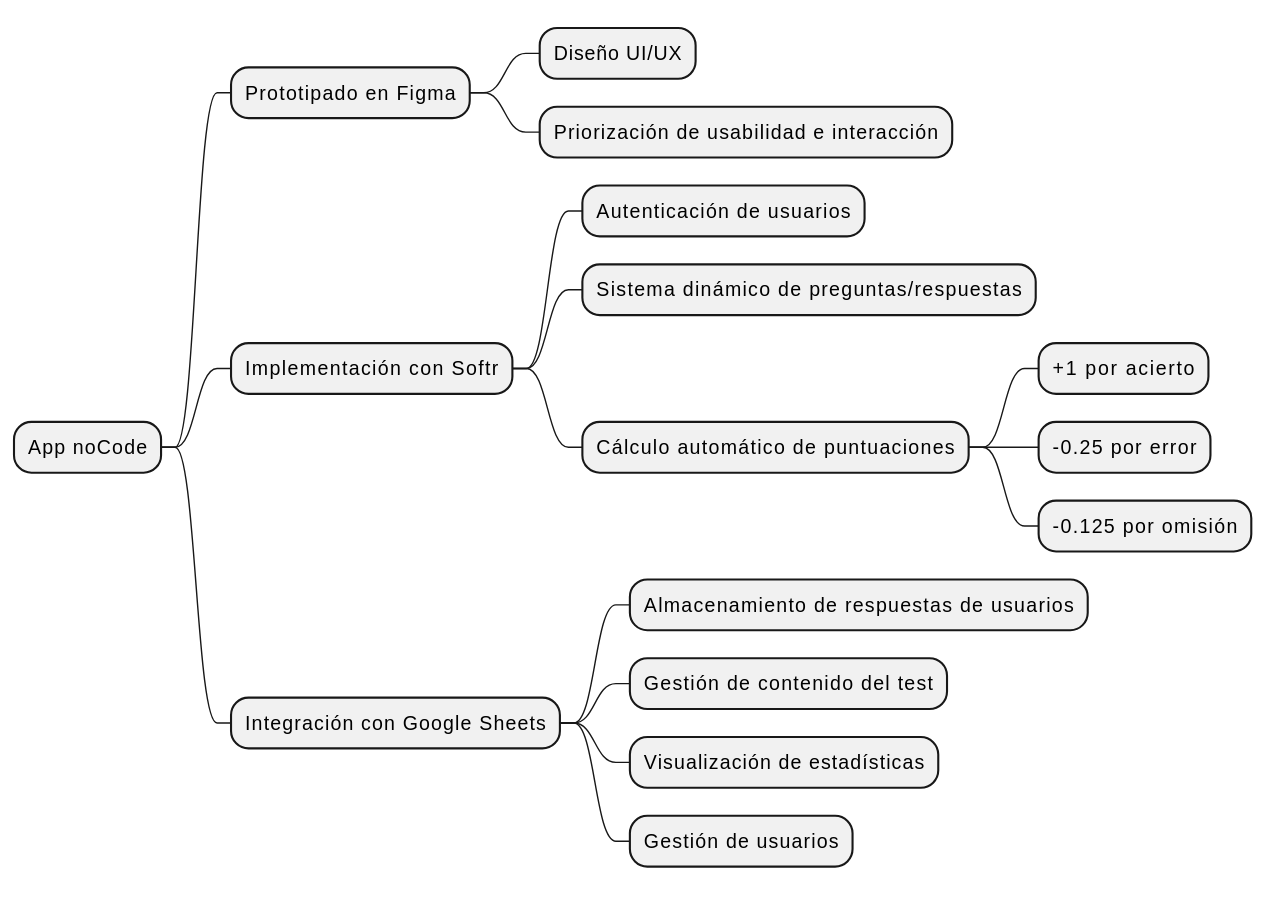
This is src/diagrama.svg from lostal/Trabajos-DSI, a PlantUML export, as it was before one commit. Source of this version:
```plantuml
@startmindmap
* App noCode
** Prototipado en Figma
*** Diseño UI/UX
*** Priorización de usabilidad e interacción
** Implementación con Softr
*** Autenticación de usuarios
*** Sistema dinámico de preguntas/respuestas
*** Cálculo automático de puntuaciones
**** +1 por acierto
**** -0.25 por error
**** -0.125 por omisión
** Integración con Google Sheets
*** Almacenamiento de respuestas de usuarios
*** Gestión de contenido del test
*** Visualización de estadísticas
*** Gestión de usuarios
@endmindmap
```
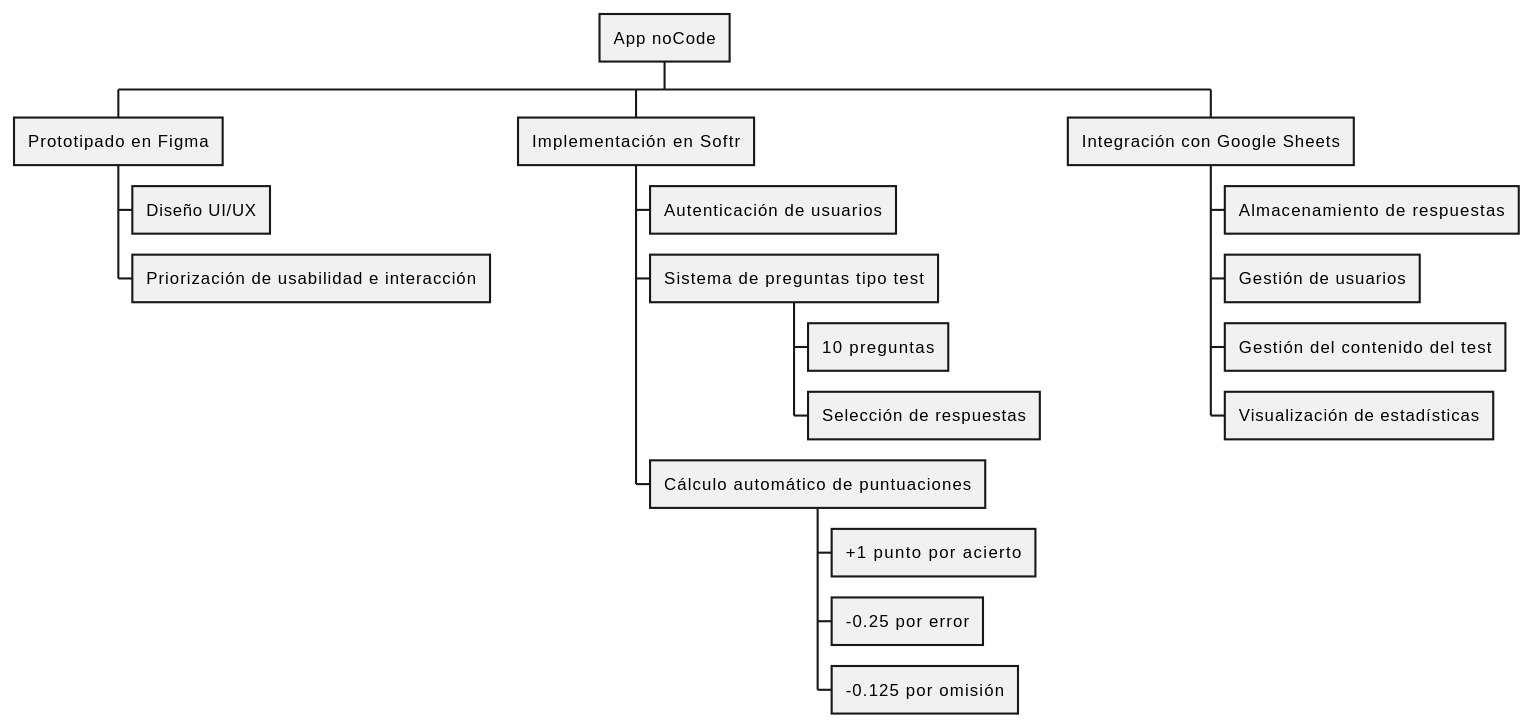
Above is the later version.

Commit message:
actualizar diagrama

The edit, as a diff of the source:
```diff
@@ -1,18 +1,20 @@
-@startmindmap
+@startwbs
 * App noCode
 ** Prototipado en Figma
 *** Diseño UI/UX
 *** Priorización de usabilidad e interacción
-** Implementación con Softr
+** Implementación en Softr
 *** Autenticación de usuarios
-*** Sistema dinámico de preguntas/respuestas
+*** Sistema de preguntas tipo test
+**** 10 preguntas
+**** Selección de respuestas
 *** Cálculo automático de puntuaciones
-**** +1 por acierto
+**** +1 punto por acierto
 **** -0.25 por error
 **** -0.125 por omisión
 ** Integración con Google Sheets
-*** Almacenamiento de respuestas de usuarios
-*** Gestión de contenido del test
+*** Almacenamiento de respuestas
+*** Gestión de usuarios
+*** Gestión del contenido del test
 *** Visualización de estadísticas
-*** Gestión de usuarios
-@endmindmap
+@endwbs
```
